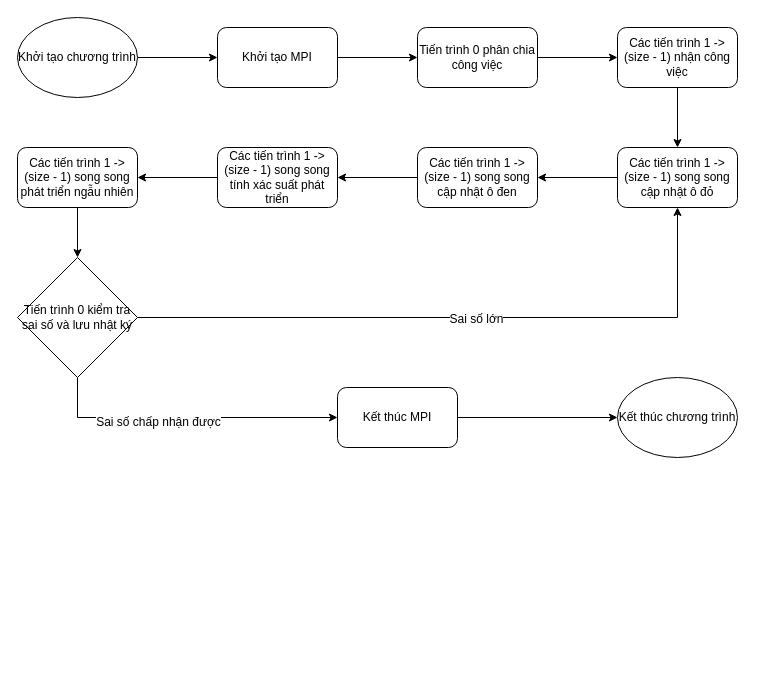
Before: Project/Presentation/algo-flowchart.drawio in dangxuanvuong98/parallel_programming_homework, a draw.io diagram. Source tidied: cells renumbered, new cells numbered last; positions are measured from the earlier drawing's top-left corner, leaving out a move shared by most shapes. Both pictures are drawn from the tidied source at 100%, with x=0, y=0 at pixel (17, 17).
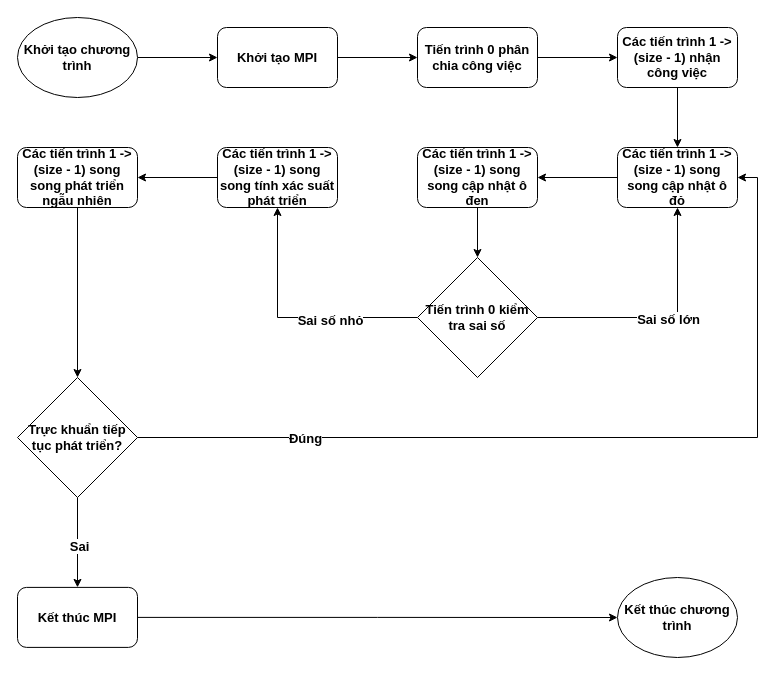
Above is the later version.

What changed in the source:
```diff
@@
-    <mxCell id="2" style="edgeStyle=orthogonalEdgeStyle;rounded=0;jettySize=auto;html=1;entryX=0;entryY=0.5;entryDx=0;entryDy=0;" parent="1" edge="1" source="3" target="5">
+    <mxCell id="2" style="edgeStyle=orthogonalEdgeStyle;rounded=0;jettySize=auto;html=1;entryX=0;entryY=0.5;entryDx=0;entryDy=0;fontStyle=1;fontSize=13;" parent="1" edge="1" source="3" target="5">
       <mxGeometry relative="1" as="geometry" />
     </mxCell>
-    <mxCell id="3" value="Khởi tạo chương trình" style="ellipse;whiteSpace=wrap;html=1;" parent="1" vertex="1">
+    <mxCell id="3" value="Khởi tạo chương trình" style="ellipse;whiteSpace=wrap;html=1;fontStyle=1;fontSize=13;" parent="1" vertex="1">
       <mxGeometry width="120" height="80" as="geometry" />
     </mxCell>
-    <mxCell id="4" style="edgeStyle=orthogonalEdgeStyle;rounded=0;jettySize=auto;html=1;exitX=1;exitY=0.5;exitDx=0;exitDy=0;entryX=0;entryY=0.5;entryDx=0;entryDy=0;" parent="1" edge="1" source="5" target="23">
+    <mxCell id="4" style="edgeStyle=orthogonalEdgeStyle;rounded=0;jettySize=auto;html=1;exitX=1;exitY=0.5;exitDx=0;exitDy=0;entryX=0;entryY=0.5;entryDx=0;entryDy=0;fontStyle=1;fontSize=13;" parent="1" edge="1" source="5" target="23">
       <mxGeometry relative="1" as="geometry" />
     </mxCell>
-    <mxCell id="5" value="Khởi tạo MPI" style="rounded=1;whiteSpace=wrap;html=1;" parent="1" vertex="1">
+    <mxCell id="5" value="Khởi tạo MPI" style="rounded=1;whiteSpace=wrap;html=1;fontStyle=1;fontSize=13;" parent="1" vertex="1">
       <mxGeometry x="200" y="10" width="120" height="60" as="geometry" />
     </mxCell>
-    <mxCell id="6" style="edgeStyle=orthogonalEdgeStyle;rounded=0;jettySize=auto;html=1;entryX=1;entryY=0.5;entryDx=0;entryDy=0;" parent="1" edge="1" source="7" target="9">
+    <mxCell id="6" style="edgeStyle=orthogonalEdgeStyle;rounded=0;jettySize=auto;html=1;entryX=1;entryY=0.5;entryDx=0;entryDy=0;fontStyle=1;fontSize=13;" parent="1" edge="1" source="7" target="9">
       <mxGeometry relative="1" as="geometry" />
     </mxCell>
-    <mxCell id="7" value="Các tiến trình 1 -&amp;gt; (size - 1) song song cập nhật ô đỏ" style="rounded=1;whiteSpace=wrap;html=1;" parent="1" vertex="1">
+    <mxCell id="7" value="Các tiến trình 1 -&amp;gt; (size - 1) song song cập nhật ô đỏ" style="rounded=1;whiteSpace=wrap;html=1;fontStyle=1;fontSize=13;" parent="1" vertex="1">
       <mxGeometry x="600" y="130" width="120" height="60" as="geometry" />
     </mxCell>
-    <mxCell id="8" style="edgeStyle=orthogonalEdgeStyle;rounded=0;jettySize=auto;html=1;entryX=1;entryY=0.5;entryDx=0;entryDy=0;" parent="1" edge="1" source="9" target="11">
-      <mxGeometry relative="1" as="geometry" />
-    </mxCell>
+    <mxCell id="26" style="edgeStyle=orthogonalEdgeStyle;rounded=0;jettySize=auto;html=1;fontStyle=1;fontSize=13;" parent="1" edge="1" source="9" target="21">
+      <mxGeometry relative="1" as="geometry" />
+    </mxCell>
-    <mxCell id="9" value="Các tiến trình 1 -&amp;gt; (size - 1) song song cập nhật ô đen" style="rounded=1;whiteSpace=wrap;html=1;" parent="1" vertex="1">
+    <mxCell id="9" value="Các tiến trình 1 -&amp;gt; (size - 1) song song cập nhật ô đen" style="rounded=1;whiteSpace=wrap;html=1;fontStyle=1;fontSize=13;" parent="1" vertex="1">
       <mxGeometry x="400" y="130" width="120" height="60" as="geometry" />
     </mxCell>
-    <mxCell id="10" style="edgeStyle=orthogonalEdgeStyle;rounded=0;jettySize=auto;html=1;entryX=1;entryY=0.5;entryDx=0;entryDy=0;" parent="1" edge="1" source="11" target="13">
+    <mxCell id="10" style="edgeStyle=orthogonalEdgeStyle;rounded=0;jettySize=auto;html=1;entryX=1;entryY=0.5;entryDx=0;entryDy=0;fontStyle=1;fontSize=13;" parent="1" edge="1" source="11" target="13">
       <mxGeometry relative="1" as="geometry" />
     </mxCell>
-    <mxCell id="11" value="Các tiến trình 1 -&amp;gt; (size - 1) song song tính xác suất phát triển" style="rounded=1;whiteSpace=wrap;html=1;" parent="1" vertex="1">
+    <mxCell id="11" value="Các tiến trình 1 -&amp;gt; (size - 1) song song tính xác suất phát triển" style="rounded=1;whiteSpace=wrap;html=1;fontStyle=1;fontSize=13;" parent="1" vertex="1">
       <mxGeometry x="200" y="130" width="120" height="60" as="geometry" />
     </mxCell>
-    <mxCell id="12" style="edgeStyle=orthogonalEdgeStyle;rounded=0;jettySize=auto;html=1;" parent="1" edge="1" source="13" target="21">
-      <mxGeometry relative="1" as="geometry" />
-    </mxCell>
+    <mxCell id="27" style="edgeStyle=orthogonalEdgeStyle;rounded=0;jettySize=auto;html=1;entryX=0.5;entryY=0;entryDx=0;entryDy=0;fontStyle=1;fontSize=13;" parent="1" edge="1" source="13" target="34">
+      <mxGeometry relative="1" as="geometry" />
+    </mxCell>
-    <mxCell id="13" value="Các tiến trình 1 -&amp;gt; (size - 1) song song phát triển ngẫu nhiên" style="rounded=1;whiteSpace=wrap;html=1;" parent="1" vertex="1">
+    <mxCell id="13" value="Các tiến trình 1 -&amp;gt; (size - 1) song song phát triển ngẫu nhiên" style="rounded=1;whiteSpace=wrap;html=1;fontStyle=1;fontSize=13;" parent="1" vertex="1">
       <mxGeometry y="130" width="120" height="60" as="geometry" />
     </mxCell>
-    <mxCell id="14" style="edgeStyle=orthogonalEdgeStyle;rounded=0;jettySize=auto;html=1;entryX=0;entryY=0.5;entryDx=0;entryDy=0;" parent="1" edge="1" source="15" target="16">
+    <mxCell id="14" style="edgeStyle=orthogonalEdgeStyle;rounded=0;jettySize=auto;html=1;entryX=0;entryY=0.5;entryDx=0;entryDy=0;fontStyle=1;fontSize=13;" parent="1" edge="1" source="15" target="16">
       <mxGeometry relative="1" as="geometry" />
     </mxCell>
-    <mxCell id="15" value="Kết thúc MPI" style="rounded=1;whiteSpace=wrap;html=1;" parent="1" vertex="1">
-      <mxGeometry x="320" y="370" width="120" height="60" as="geometry" />
+    <mxCell id="15" value="Kết thúc MPI" style="rounded=1;whiteSpace=wrap;html=1;fontStyle=1;fontSize=13;" parent="1" vertex="1">
+      <mxGeometry y="569.9" width="120" height="60" as="geometry" />
     </mxCell>
-    <mxCell id="16" value="Kết thúc chương trình" style="ellipse;whiteSpace=wrap;html=1;" parent="1" vertex="1">
-      <mxGeometry x="600" y="360" width="120" height="80" as="geometry" />
+    <mxCell id="16" value="Kết thúc chương trình" style="ellipse;whiteSpace=wrap;html=1;fontStyle=1;fontSize=13;" parent="1" vertex="1">
+      <mxGeometry x="600" y="560" width="120" height="80" as="geometry" />
     </mxCell>
-    <mxCell id="17" style="edgeStyle=orthogonalEdgeStyle;rounded=0;jettySize=auto;html=1;entryX=0.5;entryY=1;entryDx=0;entryDy=0;" parent="1" edge="1" source="21" target="7">
+    <mxCell id="17" style="edgeStyle=orthogonalEdgeStyle;rounded=0;jettySize=auto;html=1;entryX=0.5;entryY=1;entryDx=0;entryDy=0;fontStyle=1;fontSize=13;" parent="1" edge="1" source="21" target="7">
       <mxGeometry relative="1" as="geometry" />
     </mxCell>
-    <mxCell id="18" value="Sai số lớn" style="text;html=1;align=center;verticalAlign=middle;labelBackgroundColor=#ffffff;" parent="17" vertex="1">
+    <mxCell id="18" value="Sai số lớn" style="text;html=1;align=center;verticalAlign=middle;labelBackgroundColor=#ffffff;fontStyle=1;fontSize=13;" parent="17" vertex="1">
       <mxGeometry x="0.04" y="-1" relative="1" as="geometry" />
     </mxCell>
-    <mxCell id="19" style="edgeStyle=orthogonalEdgeStyle;rounded=0;jettySize=auto;html=1;exitX=0.5;exitY=1;exitDx=0;exitDy=0;entryX=0;entryY=0.5;entryDx=0;entryDy=0;" parent="1" edge="1" source="21" target="15">
-      <mxGeometry relative="1" as="geometry" />
-    </mxCell>
-    <mxCell id="20" value="Sai số chấp nhận được" style="text;html=1;align=center;verticalAlign=middle;labelBackgroundColor=#ffffff;" parent="19" vertex="1">
-      <mxGeometry x="-0.2" y="-4" relative="1" as="geometry" />
-    </mxCell>
+    <mxCell id="28" style="edgeStyle=orthogonalEdgeStyle;rounded=0;jettySize=auto;html=1;entryX=0.5;entryY=1;entryDx=0;entryDy=0;fontStyle=1;fontSize=13;" parent="1" edge="1" source="21" target="11">
+      <mxGeometry relative="1" as="geometry" />
+    </mxCell>
+    <mxCell id="29" value="Sai số nhỏ" style="text;html=1;align=center;verticalAlign=middle;labelBackgroundColor=#ffffff;fontStyle=1;fontSize=13;" parent="28" vertex="1">
+      <mxGeometry x="-0.3" y="2" relative="1" as="geometry" />
+    </mxCell>
-    <mxCell id="21" value="Tiến trình 0 kiểm tra sai số và lưu nhật ký" style="rhombus;whiteSpace=wrap;html=1;" parent="1" vertex="1">
-      <mxGeometry y="240" width="120" height="120" as="geometry" />
+    <mxCell id="21" value="Tiến trình 0 kiểm tra sai số" style="rhombus;whiteSpace=wrap;html=1;fontStyle=1;fontSize=13;" parent="1" vertex="1">
+      <mxGeometry x="400" y="240" width="120" height="120" as="geometry" />
     </mxCell>
-    <mxCell id="22" style="edgeStyle=orthogonalEdgeStyle;rounded=0;jettySize=auto;html=1;entryX=0;entryY=0.5;entryDx=0;entryDy=0;" parent="1" edge="1" source="23" target="25">
+    <mxCell id="22" style="edgeStyle=orthogonalEdgeStyle;rounded=0;jettySize=auto;html=1;entryX=0;entryY=0.5;entryDx=0;entryDy=0;fontStyle=1;fontSize=13;" parent="1" edge="1" source="23" target="25">
       <mxGeometry relative="1" as="geometry" />
     </mxCell>
-    <mxCell id="23" value="Tiến trình 0 phân chia công việc" style="rounded=1;whiteSpace=wrap;html=1;" parent="1" vertex="1">
+    <mxCell id="23" value="Tiến trình 0 phân chia công việc" style="rounded=1;whiteSpace=wrap;html=1;fontStyle=1;fontSize=13;" parent="1" vertex="1">
       <mxGeometry x="400" y="10" width="120" height="60" as="geometry" />
     </mxCell>
-    <mxCell id="24" style="edgeStyle=orthogonalEdgeStyle;rounded=0;jettySize=auto;html=1;entryX=0.5;entryY=0;entryDx=0;entryDy=0;" parent="1" edge="1" source="25" target="7">
+    <mxCell id="24" style="edgeStyle=orthogonalEdgeStyle;rounded=0;jettySize=auto;html=1;entryX=0.5;entryY=0;entryDx=0;entryDy=0;fontStyle=1;fontSize=13;" parent="1" edge="1" source="25" target="7">
       <mxGeometry relative="1" as="geometry" />
     </mxCell>
-    <mxCell id="25" value="Các tiến trình 1 -&amp;gt; (size - 1) nhận công việc" style="rounded=1;whiteSpace=wrap;html=1;" parent="1" vertex="1">
+    <mxCell id="25" value="Các tiến trình 1 -&amp;gt; (size - 1) nhận công việc" style="rounded=1;whiteSpace=wrap;html=1;fontStyle=1;fontSize=13;" parent="1" vertex="1">
       <mxGeometry x="600" y="10" width="120" height="60" as="geometry" />
     </mxCell>
+    <mxCell id="30" style="edgeStyle=orthogonalEdgeStyle;rounded=0;jettySize=auto;html=1;entryX=0.5;entryY=0;entryDx=0;entryDy=0;fontStyle=1;fontSize=13;" parent="1" edge="1" source="34" target="15">
+      <mxGeometry relative="1" as="geometry" />
+    </mxCell>
+    <mxCell id="31" value="Sai" style="text;html=1;align=center;verticalAlign=middle;labelBackgroundColor=#ffffff;fontStyle=1;fontSize=13;" parent="30" vertex="1">
+      <mxGeometry x="0.07" y="1" relative="1" as="geometry" />
+    </mxCell>
+    <mxCell id="32" style="edgeStyle=orthogonalEdgeStyle;rounded=0;jettySize=auto;html=1;fontStyle=1;fontSize=13;" parent="1" edge="1" source="34" target="7">
+      <mxGeometry relative="1" as="geometry">
+        <Array as="points">
+          <mxPoint x="740" y="420" />
+          <mxPoint x="740" y="160" />
+        </Array>
+      </mxGeometry>
+    </mxCell>
+    <mxCell id="33" value="Đúng" style="text;html=1;align=center;verticalAlign=middle;labelBackgroundColor=#ffffff;fontStyle=1;fontSize=13;" parent="32" vertex="1">
+      <mxGeometry x="-0.63" relative="1" as="geometry" />
+    </mxCell>
+    <mxCell id="34" value="Trực khuẩn tiếp tục phát triển?" style="rhombus;whiteSpace=wrap;html=1;fontStyle=1;fontSize=13;" parent="1" vertex="1">
+      <mxGeometry y="360" width="120" height="120" as="geometry" />
+    </mxCell>
```
